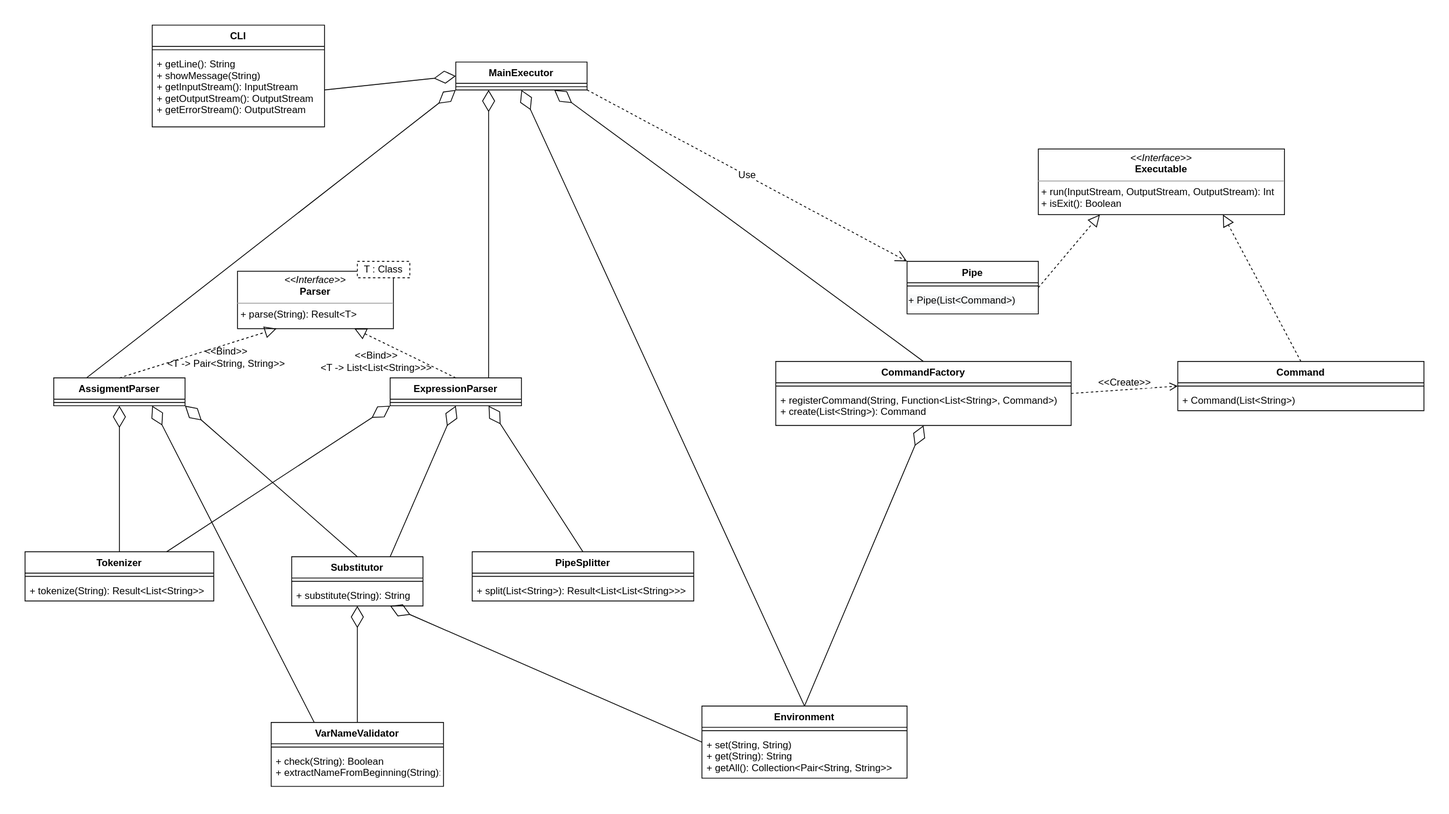
Above: images/class_diagram.svg in KaperD/HSE-SD-Course (draw.io), before the change. Source tidied: cells renumbered, new cells last; positions are measured from the earlier drawing's top-left corner, leaving out a move shared by most shapes.
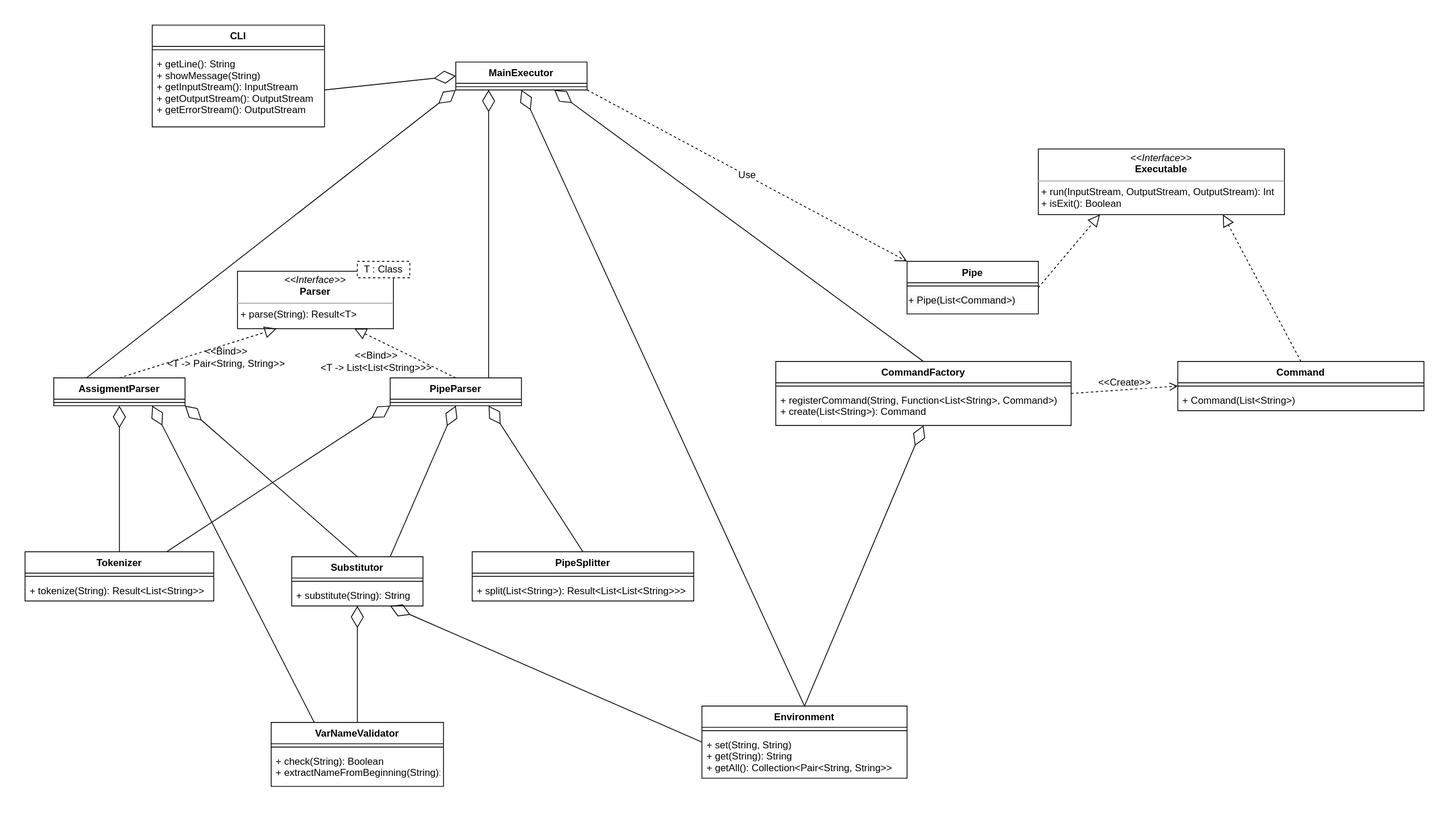
After the change.

Commit message:
Fix the structure diagram

What changed in the source:
```diff
@@ -59,7 +59,7 @@
     <mxCell id="20" style="line;strokeWidth=1;fillColor=none;align=left;verticalAlign=middle;spacingTop=-1;spacingLeft=3;spacingRight=3;labelPosition=right;labelBackgroundColor=none;fontSize=12;" parent="19" vertex="1">
       <mxGeometry y="26" width="160" height="8" as="geometry" />
     </mxCell>
-    <mxCell id="21" value="ExpressionParser" style="swimlane;fontStyle=1;align=center;verticalAlign=top;horizontal=1;startSize=26;" parent="1" vertex="1">
+    <mxCell id="21" value="PipeParser" style="swimlane;fontStyle=1;align=center;verticalAlign=top;horizontal=1;startSize=26;" parent="1" vertex="1">
       <mxGeometry x="445" y="430" width="160" height="34" as="geometry" />
     </mxCell>
     <mxCell id="22" style="line;strokeWidth=1;fillColor=none;align=left;verticalAlign=middle;spacingTop=-1;spacingLeft=3;spacingRight=3;labelPosition=right;labelBackgroundColor=none;fontSize=12;" parent="21" vertex="1">
```
